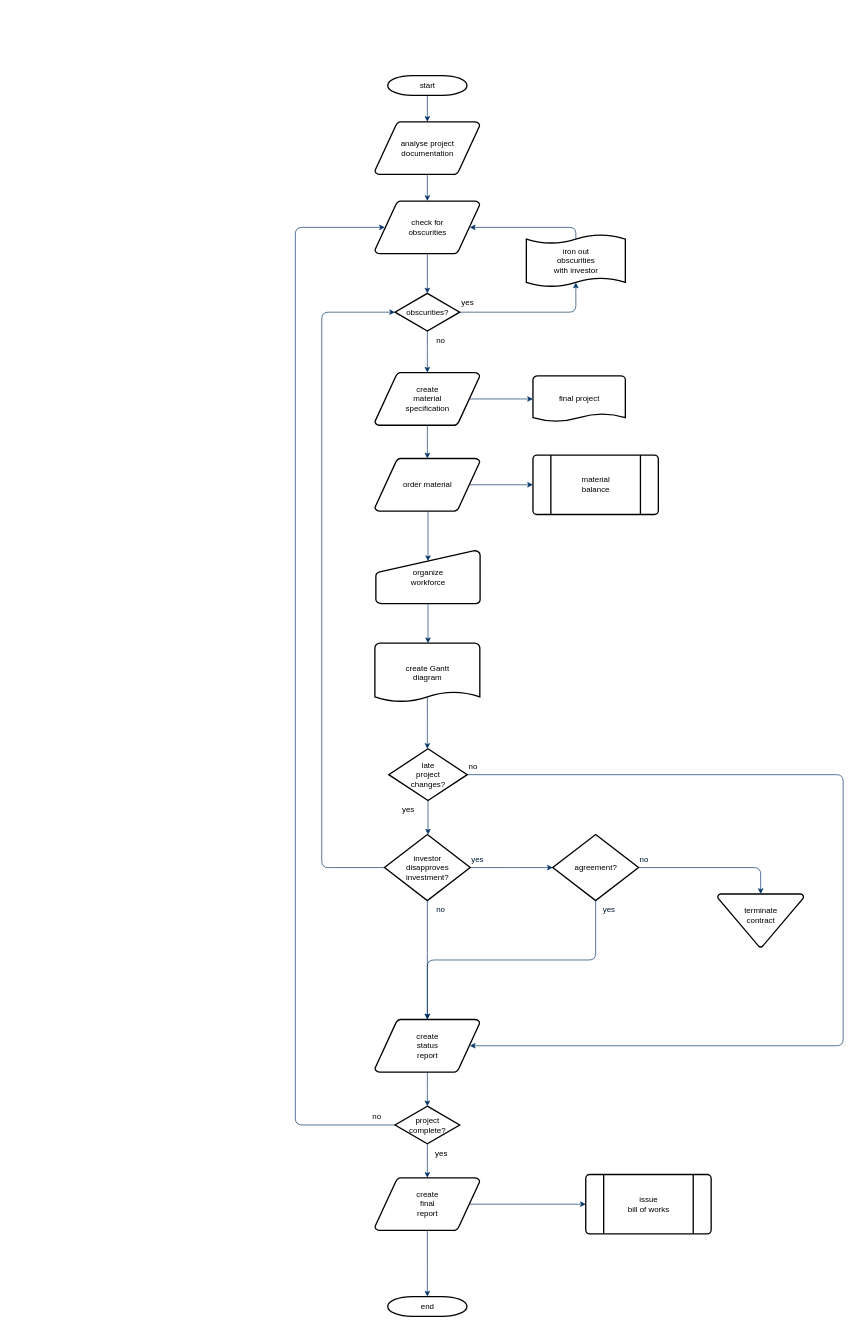
Earlier version of the draw.io diagram assignment04/Untitled Diagram.drawio (alli959/software_testing). Source tidied: cells renumbered, new cells numbered last; positions are measured from the earlier drawing's top-left corner, leaving out a move shared by most shapes. Both pictures are drawn from the tidied source at 66%, with x=0, y=0 at pixel (295, 75).
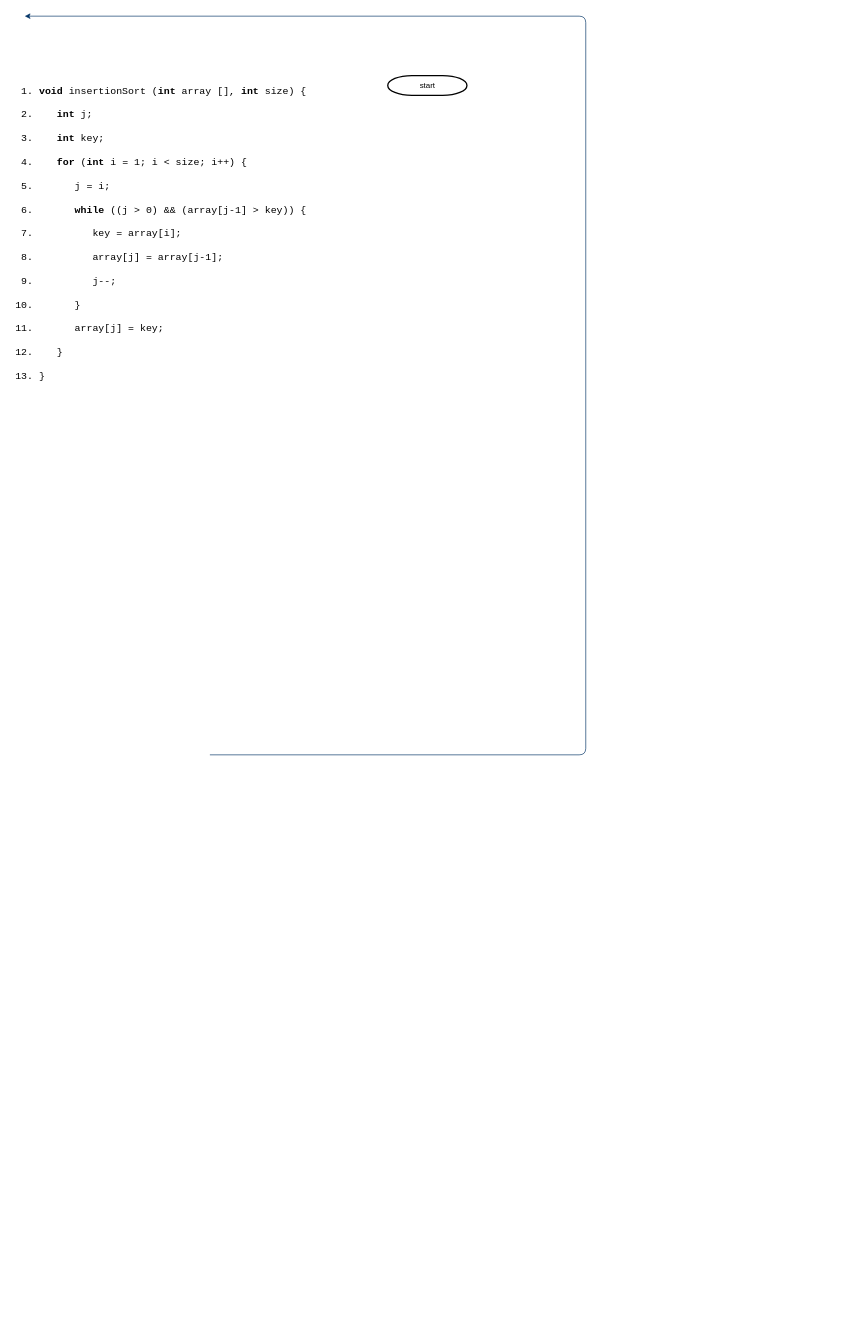
The same diagram, later.

Commit message:
insertion sort

The change refers to these unchanged cells:
```xml
<mxCell id="2" value="start" style="shape=mxgraph.flowchart.terminator;strokeWidth=2;gradientColor=none;gradientDirection=north;fontStyle=0;html=1;" parent="1" vertex="1">
  <mxGeometry x="140" width="120" height="30" as="geometry" />
</mxCell>
```

Diff of the diagram source:
```diff
@@
-    <mxCell id="3" value="analyse project&#10; documentation" style="shape=mxgraph.flowchart.data;strokeWidth=2;gradientColor=none;gradientDirection=north;fontStyle=0;html=1;" parent="1" vertex="1">
-      <mxGeometry x="120.5" y="70" width="159" height="80" as="geometry" />
-    </mxCell>
-    <mxCell id="4" value="create&#10;material&#10;specification" style="shape=mxgraph.flowchart.data;strokeWidth=2;gradientColor=none;gradientDirection=north;fontStyle=0;html=1;" parent="1" vertex="1">
-      <mxGeometry x="120.5" y="450" width="159" height="80" as="geometry" />
-    </mxCell>
-    <mxCell id="5" value="check for&#10;obscurities" style="shape=mxgraph.flowchart.data;strokeWidth=2;gradientColor=none;gradientDirection=north;fontStyle=0;html=1;" parent="1" vertex="1">
-      <mxGeometry x="120.5" y="190" width="159" height="80" as="geometry" />
-    </mxCell>
-    <mxCell id="6" value="obscurities?" style="shape=mxgraph.flowchart.decision;strokeWidth=2;gradientColor=none;gradientDirection=north;fontStyle=0;html=1;" parent="1" vertex="1">
-      <mxGeometry x="151" y="330" width="98" height="57" as="geometry" />
-    </mxCell>
-    <mxCell id="7" style="fontStyle=1;strokeColor=#003366;strokeWidth=1;html=1;" parent="1" edge="1" source="2" target="3">
-      <mxGeometry relative="1" as="geometry" />
-    </mxCell>
-    <mxCell id="8" style="fontStyle=1;strokeColor=#003366;strokeWidth=1;html=1;" parent="1" edge="1" source="3" target="5">
-      <mxGeometry relative="1" as="geometry" />
-    </mxCell>
-    <mxCell id="9" style="entryX=0.5;entryY=0;entryPerimeter=0;fontStyle=1;strokeColor=#003366;strokeWidth=1;html=1;" parent="1" edge="1" source="5" target="6">
-      <mxGeometry relative="1" as="geometry" />
-    </mxCell>
-    <mxCell id="10" style="edgeStyle=elbowEdgeStyle;elbow=horizontal;entryX=0.5;entryY=0.91;entryPerimeter=0;exitX=1;exitY=0.5;exitPerimeter=0;fontStyle=1;strokeColor=#003366;strokeWidth=1;html=1;" parent="1" edge="1" source="6" target="51">
-      <mxGeometry x="381" y="28.5" as="geometry">
-        <Array as="points">
-          <mxPoint x="425" y="340" />
-        </Array>
-      </mxGeometry>
-    </mxCell>
-    <mxCell id="11" value="yes" style="text;fontStyle=0;html=1;strokeColor=none;gradientColor=none;fillColor=none;strokeWidth=2;" parent="1" vertex="1">
-      <mxGeometry x="250" y="330" width="40" height="26" as="geometry" />
-    </mxCell>
-    <mxCell id="12" style="edgeStyle=elbowEdgeStyle;elbow=horizontal;fontColor=#001933;fontStyle=1;strokeColor=#003366;strokeWidth=1;html=1;" parent="1" edge="1" source="6" target="4">
-      <mxGeometry as="geometry" />
-    </mxCell>
-    <mxCell id="13" value="order material" style="shape=mxgraph.flowchart.data;strokeWidth=2;gradientColor=none;gradientDirection=north;fontStyle=0;html=1;" parent="1" vertex="1">
-      <mxGeometry x="120.5" y="580" width="159" height="80" as="geometry" />
-    </mxCell>
-    <mxCell id="14" value="no" style="text;fontStyle=0;html=1;strokeColor=none;gradientColor=none;fillColor=none;strokeWidth=2;align=center;" parent="1" vertex="1">
-      <mxGeometry x="200" y="387" width="40" height="26" as="geometry" />
-    </mxCell>
-    <mxCell id="15" value="final project" style="shape=mxgraph.flowchart.document;strokeWidth=2;gradientColor=none;gradientDirection=north;fontStyle=0;html=1;" parent="1" vertex="1">
-      <mxGeometry x="360" y="455" width="140" height="70" as="geometry" />
-    </mxCell>
-    <mxCell id="16" style="edgeStyle=elbowEdgeStyle;elbow=horizontal;exitX=0.905;exitY=0.5;exitPerimeter=0;fontStyle=1;strokeColor=#003366;strokeWidth=1;html=1;" parent="1" edge="1" source="4" target="15">
-      <mxGeometry as="geometry" />
-    </mxCell>
-    <mxCell id="17" style="edgeStyle=elbowEdgeStyle;elbow=horizontal;fontStyle=1;strokeColor=#003366;strokeWidth=1;html=1;" parent="1" edge="1" source="4" target="13">
-      <mxGeometry as="geometry" />
-    </mxCell>
-    <mxCell id="18" value="material&#10;balance" style="shape=mxgraph.flowchart.predefined_process;strokeWidth=2;gradientColor=none;gradientDirection=north;fontStyle=0;html=1;" parent="1" vertex="1">
-      <mxGeometry x="360" y="575" width="190" height="90" as="geometry" />
-    </mxCell>
-    <mxCell id="19" style="edgeStyle=elbowEdgeStyle;elbow=horizontal;exitX=0.905;exitY=0.5;exitPerimeter=0;fontStyle=1;strokeColor=#003366;strokeWidth=1;html=1;" parent="1" edge="1" source="13" target="18">
-      <mxGeometry as="geometry" />
-    </mxCell>
-    <mxCell id="20" value="organize &#10;workforce" style="shape=mxgraph.flowchart.manual_input;strokeWidth=2;gradientColor=none;gradientDirection=north;fontStyle=0;html=1;" parent="1" vertex="1">
-      <mxGeometry x="122" y="720" width="158" height="80" as="geometry" />
-    </mxCell>
-    <mxCell id="21" style="edgeStyle=elbowEdgeStyle;elbow=horizontal;entryX=0.5;entryY=0.195;entryPerimeter=0;fontStyle=1;strokeColor=#003366;strokeWidth=1;html=1;" parent="1" edge="1" source="13" target="20">
-      <mxGeometry as="geometry" />
-    </mxCell>
-    <mxCell id="22" value="create Gantt&#10;diagram" style="shape=mxgraph.flowchart.document;strokeWidth=2;gradientColor=none;gradientDirection=north;fontStyle=0;html=1;" parent="1" vertex="1">
-      <mxGeometry x="120.5" y="860" width="159" height="90" as="geometry" />
-    </mxCell>
-    <mxCell id="23" style="edgeStyle=elbowEdgeStyle;elbow=horizontal;exitX=0.5;exitY=1;exitPerimeter=0;fontStyle=1;strokeColor=#003366;strokeWidth=1;html=1;" parent="1" edge="1" source="20" target="22">
-      <mxGeometry as="geometry" />
-    </mxCell>
-    <mxCell id="24" value="late&#10;project&#10;changes?" style="shape=mxgraph.flowchart.decision;strokeWidth=2;gradientColor=none;gradientDirection=north;fontStyle=0;html=1;" parent="1" vertex="1">
-      <mxGeometry x="141.5" y="1020" width="119" height="78.5" as="geometry" />
-    </mxCell>
-    <mxCell id="25" style="edgeStyle=elbowEdgeStyle;elbow=horizontal;exitX=0.5;exitY=0.9;exitPerimeter=0;fontStyle=1;strokeColor=#003366;strokeWidth=1;html=1;" parent="1" edge="1" source="22" target="24">
-      <mxGeometry as="geometry" />
-    </mxCell>
-    <mxCell id="26" style="edgeStyle=elbowEdgeStyle;elbow=horizontal;exitX=0;exitY=0.5;exitPerimeter=0;entryX=0;entryY=0.5;entryPerimeter=0;fontStyle=1;strokeColor=#003366;strokeWidth=1;html=1;" parent="1" edge="1" source="28" target="6">
-      <mxGeometry as="geometry">
-        <Array as="points">
-          <mxPoint x="40" y="790" />
-        </Array>
-      </mxGeometry>
-    </mxCell>
-    <mxCell id="27" value="yes" style="text;fontStyle=0;html=1;strokeColor=none;gradientColor=none;fillColor=none;strokeWidth=2;" parent="1" vertex="1">
-      <mxGeometry x="160" y="1098.5" width="40" height="26" as="geometry" />
-    </mxCell>
-    <mxCell id="28" value="investor&#10;disapproves&#10; investment?" style="shape=mxgraph.flowchart.decision;strokeWidth=2;gradientColor=none;gradientDirection=north;fontStyle=0;html=1;" parent="1" vertex="1">
-      <mxGeometry x="135" y="1150" width="130" height="100" as="geometry" />
-    </mxCell>
-    <mxCell id="29" value="agreement?" style="shape=mxgraph.flowchart.decision;strokeWidth=2;gradientColor=none;gradientDirection=north;fontStyle=0;html=1;" parent="1" vertex="1">
-      <mxGeometry x="390" y="1150" width="130" height="100" as="geometry" />
-    </mxCell>
-    <mxCell id="30" style="edgeStyle=elbowEdgeStyle;elbow=horizontal;exitX=0.5;exitY=1;exitPerimeter=0;fontStyle=1;strokeColor=#003366;strokeWidth=1;html=1;" parent="1" edge="1" source="24" target="28">
-      <mxGeometry as="geometry" />
-    </mxCell>
-    <mxCell id="31" style="edgeStyle=elbowEdgeStyle;elbow=horizontal;exitX=1;exitY=0.5;exitPerimeter=0;entryX=0;entryY=0.5;entryPerimeter=0;fontStyle=1;strokeColor=#003366;strokeWidth=1;html=1;" parent="1" edge="1" source="28" target="29">
-      <mxGeometry as="geometry" />
-    </mxCell>
-    <mxCell id="32" value="terminate&#10;contract&#10;" style="shape=mxgraph.flowchart.merge_or_storage;strokeWidth=2;gradientColor=none;gradientDirection=north;fontStyle=0;html=1;" parent="1" vertex="1">
-      <mxGeometry x="640" y="1240" width="130" height="80.5" as="geometry" />
-    </mxCell>
-    <mxCell id="33" style="edgeStyle=elbowEdgeStyle;elbow=vertical;exitX=1;exitY=0.5;exitPerimeter=0;entryX=0.5;entryY=0;entryPerimeter=0;fontStyle=1;strokeColor=#003366;strokeWidth=1;html=1;" parent="1" edge="1" source="29" target="32">
-      <mxGeometry as="geometry">
-        <Array as="points">
-          <mxPoint x="620" y="1200" />
-        </Array>
-      </mxGeometry>
-    </mxCell>
-    <mxCell id="34" value="create&#10;status&#10;report" style="shape=mxgraph.flowchart.data;strokeWidth=2;gradientColor=none;gradientDirection=north;fontStyle=0;html=1;" parent="1" vertex="1">
-      <mxGeometry x="120.5" y="1430" width="159" height="80" as="geometry" />
-    </mxCell>
-    <mxCell id="35" style="edgeStyle=elbowEdgeStyle;elbow=vertical;exitX=0.5;exitY=1;exitPerimeter=0;fontColor=#001933;fontStyle=1;strokeColor=#003366;strokeWidth=1;html=1;" parent="1" edge="1" source="28" target="34">
-      <mxGeometry as="geometry" />
-    </mxCell>
-    <mxCell id="36" style="edgeStyle=elbowEdgeStyle;elbow=vertical;exitX=0.5;exitY=1;exitPerimeter=0;entryX=0.5;entryY=0;entryPerimeter=0;fontStyle=1;strokeColor=#003366;strokeWidth=1;html=1;" parent="1" edge="1" source="29" target="34">
-      <mxGeometry as="geometry" />
-    </mxCell>
-    <mxCell id="37" value="project&#10;complete?" style="shape=mxgraph.flowchart.decision;strokeWidth=2;gradientColor=none;gradientDirection=north;fontStyle=0;html=1;" parent="1" vertex="1">
-      <mxGeometry x="151" y="1561.5" width="98" height="57" as="geometry" />
-    </mxCell>
-    <mxCell id="38" value="create&#10;final&#10;report" style="shape=mxgraph.flowchart.data;strokeWidth=2;gradientColor=none;gradientDirection=north;fontStyle=0;html=1;" parent="1" vertex="1">
-      <mxGeometry x="120.5" y="1670" width="159" height="80" as="geometry" />
-    </mxCell>
-    <mxCell id="39" value="issue&#10;bill of works" style="shape=mxgraph.flowchart.predefined_process;strokeWidth=2;gradientColor=none;gradientDirection=north;fontStyle=0;html=1;" parent="1" vertex="1">
-      <mxGeometry x="440" y="1665" width="190" height="90" as="geometry" />
-    </mxCell>
-    <mxCell id="40" value="end" style="shape=mxgraph.flowchart.terminator;strokeWidth=2;gradientColor=none;gradientDirection=north;fontStyle=0;html=1;" parent="1" vertex="1">
-      <mxGeometry x="140" y="1850" width="120" height="30" as="geometry" />
-    </mxCell>
-    <mxCell id="41" style="edgeStyle=elbowEdgeStyle;elbow=vertical;exitX=0.5;exitY=1;exitPerimeter=0;entryX=0.5;entryY=0;entryPerimeter=0;fontStyle=1;strokeColor=#003366;strokeWidth=1;html=1;" parent="1" edge="1" source="34" target="37">
-      <mxGeometry as="geometry" />
-    </mxCell>
-    <mxCell id="42" style="edgeStyle=elbowEdgeStyle;elbow=vertical;exitX=0.5;exitY=1;exitPerimeter=0;entryX=0.5;entryY=0;entryPerimeter=0;fontStyle=1;strokeColor=#003366;strokeWidth=1;html=1;" parent="1" edge="1" source="37" target="38">
-      <mxGeometry as="geometry" />
-    </mxCell>
-    <mxCell id="43" style="edgeStyle=elbowEdgeStyle;elbow=vertical;exitX=0.5;exitY=1;exitPerimeter=0;entryX=0.5;entryY=0;entryPerimeter=0;fontStyle=1;strokeColor=#003366;strokeWidth=1;html=1;" parent="1" edge="1" source="38" target="40">
-      <mxGeometry as="geometry" />
-    </mxCell>
-    <mxCell id="44" style="edgeStyle=elbowEdgeStyle;elbow=vertical;exitX=0.905;exitY=0.5;exitPerimeter=0;entryX=0;entryY=0.5;entryPerimeter=0;fontStyle=1;strokeColor=#003366;strokeWidth=1;html=1;" parent="1" edge="1" source="38" target="39">
-      <mxGeometry as="geometry" />
-    </mxCell>
-    <mxCell id="45" style="edgeStyle=elbowEdgeStyle;elbow=horizontal;exitX=1;exitY=0.5;exitPerimeter=0;entryX=0.905;entryY=0.5;entryPerimeter=0;fontStyle=1;strokeColor=#003366;strokeWidth=1;html=1;" parent="1" edge="1" source="24" target="34">
+    <mxCell id="45" style="edgeStyle=elbowEdgeStyle;elbow=horizontal;exitX=1;exitY=0.5;exitPerimeter=0;entryX=0.905;entryY=0.5;entryPerimeter=0;fontStyle=1;strokeColor=#003366;strokeWidth=1;html=1;" parent="1" edge="1">
       <mxGeometry as="geometry">
+        <mxPoint x="-129.5" y="1029.2" as="sourcePoint" />
+        <mxPoint x="-410" y="-90" as="targetPoint" />
         <Array as="points">
-          <mxPoint x="830" y="1260" />
+          <mxPoint x="440" y="1230" />
         </Array>
       </mxGeometry>
     </mxCell>
-    <mxCell id="46" value="no" style="text;fontStyle=0;html=1;strokeColor=none;gradientColor=none;fillColor=none;strokeWidth=2;" parent="1" vertex="1">
-      <mxGeometry x="260.5" y="1033.2" width="40" height="26" as="geometry" />
-    </mxCell>
-    <mxCell id="47" value="yes" style="text;fontColor=#001933;fontStyle=0;html=1;strokeColor=none;gradientColor=none;fillColor=none;strokeWidth=2;" parent="1" vertex="1">
-      <mxGeometry x="265" y="1174" width="40" height="26" as="geometry" />
-    </mxCell>
-    <mxCell id="48" value="no" style="text;fontColor=#001933;fontStyle=0;html=1;strokeColor=none;gradientColor=none;fillColor=none;strokeWidth=2;align=center;" parent="1" vertex="1">
-      <mxGeometry x="200" y="1250" width="40" height="26" as="geometry" />
-    </mxCell>
-    <mxCell id="49" value="yes" style="text;fontColor=#001933;fontStyle=0;html=1;strokeColor=none;gradientColor=none;fillColor=none;strokeWidth=2;align=center;" parent="1" vertex="1">
-      <mxGeometry x="455" y="1250" width="40" height="26" as="geometry" />
-    </mxCell>
-    <mxCell id="50" value="no" style="text;fontColor=#001933;fontStyle=0;html=1;strokeColor=none;gradientColor=none;fillColor=none;strokeWidth=2;" parent="1" vertex="1">
-      <mxGeometry x="520" y="1174" width="40" height="26" as="geometry" />
-    </mxCell>
-    <mxCell id="51" value="iron out&#10;obscurities &#10;with investor" style="shape=mxgraph.flowchart.paper_tape;strokeWidth=2;gradientColor=none;gradientDirection=north;fontStyle=0;html=1;" parent="1" vertex="1">
-      <mxGeometry x="350" y="240" width="150" height="81" as="geometry" />
-    </mxCell>
-    <mxCell id="52" style="edgeStyle=elbowEdgeStyle;elbow=horizontal;exitX=0.5;exitY=0.09;exitPerimeter=0;entryX=0.905;entryY=0.5;entryPerimeter=0;fontStyle=1;strokeColor=#003366;strokeWidth=1;html=1;" parent="1" edge="1" source="51" target="5">
-      <mxGeometry as="geometry">
-        <Array as="points">
-          <mxPoint x="425" y="240" />
-        </Array>
-      </mxGeometry>
-    </mxCell>
-    <mxCell id="53" value="yes" style="text;fontStyle=0;html=1;strokeColor=none;gradientColor=none;fillColor=none;strokeWidth=2;align=center;" parent="1" vertex="1">
-      <mxGeometry x="201" y="1620" width="40" height="26" as="geometry" />
-    </mxCell>
-    <mxCell id="54" style="edgeStyle=elbowEdgeStyle;elbow=horizontal;exitX=0;exitY=0.5;exitPerimeter=0;entryX=0.095;entryY=0.5;entryPerimeter=0;fontStyle=1;strokeColor=#003366;strokeWidth=1;html=1;" parent="1" edge="1" source="37" target="5">
-      <mxGeometry as="geometry">
-        <Array as="points">
-          <mxPoint y="910" />
-        </Array>
-      </mxGeometry>
-    </mxCell>
-    <mxCell id="55" value="no" style="text;fontStyle=0;html=1;strokeColor=none;gradientColor=none;fillColor=none;strokeWidth=2;" parent="1" vertex="1">
-      <mxGeometry x="115" y="1564" width="40" height="26" as="geometry" />
-    </mxCell>
+    <mxCell id="56" value="&lt;pre style=&quot;font-size: 15px&quot;&gt;&lt;ol&gt;&lt;li&gt;&lt;font face=&quot;Courier New&quot; style=&quot;font-size: 15px&quot;&gt;&lt;b&gt;void &lt;/b&gt;insertionSort (&lt;b&gt;int &lt;/b&gt;array [], &lt;b&gt;int&lt;/b&gt;&amp;nbsp;size) {&lt;br/&gt;&lt;br/&gt;&lt;/font&gt;&lt;/li&gt;&lt;li&gt;&lt;font face=&quot;Courier New&quot; style=&quot;font-size: 15px&quot;&gt;&lt;b&gt;   int&lt;/b&gt;&amp;nbsp;j;&lt;br/&gt;&lt;br/&gt;&lt;/font&gt;&lt;/li&gt;&lt;li&gt;&lt;font face=&quot;Courier New&quot; style=&quot;font-size: 15px&quot;&gt;   &lt;b&gt;int&lt;/b&gt; key;&lt;br/&gt;&lt;br/&gt;&lt;/font&gt;&lt;/li&gt;&lt;li&gt;&lt;font face=&quot;Courier New&quot; style=&quot;font-size: 15px&quot;&gt;   &lt;b&gt;for&lt;/b&gt; (&lt;b&gt;int&lt;/b&gt; i = 1; i &amp;lt; size; i++) {&lt;br/&gt;&lt;br/&gt;&lt;/font&gt;&lt;/li&gt;&lt;li&gt;&lt;font face=&quot;Courier New&quot; style=&quot;font-size: 15px&quot;&gt;      j = i;&lt;br/&gt;&lt;br/&gt;&lt;/font&gt;&lt;/li&gt;&lt;li&gt;&lt;font face=&quot;Courier New&quot; style=&quot;font-size: 15px&quot;&gt;      &lt;b&gt;while&lt;/b&gt; ((j &amp;gt; 0) &amp;amp;&amp;amp; (array[j-1] &amp;gt; key)) {&lt;br/&gt;&lt;br/&gt;&lt;/font&gt;&lt;/li&gt;&lt;li&gt;&lt;font face=&quot;Courier New&quot; style=&quot;font-size: 15px&quot;&gt;         key = array[i];&lt;br/&gt;&lt;br/&gt;&lt;/font&gt;&lt;/li&gt;&lt;li&gt;&lt;font face=&quot;Courier New&quot; style=&quot;font-size: 15px&quot;&gt;         array[j] = array[j-1];&lt;br/&gt;&lt;br/&gt;&lt;/font&gt;&lt;/li&gt;&lt;li&gt;&lt;font face=&quot;Courier New&quot; style=&quot;font-size: 15px&quot;&gt;         j--;&lt;br/&gt;&lt;br/&gt;&lt;/font&gt;&lt;/li&gt;&lt;li&gt;&lt;font face=&quot;Courier New&quot; style=&quot;font-size: 15px&quot;&gt;      }&lt;br/&gt;&lt;br/&gt;&lt;/font&gt;&lt;/li&gt;&lt;li&gt;&lt;font face=&quot;Courier New&quot; style=&quot;font-size: 15px&quot;&gt;      array[j] = key;&lt;br/&gt;&lt;br/&gt;&lt;/font&gt;&lt;/li&gt;&lt;li&gt;&lt;font face=&quot;Courier New&quot; style=&quot;font-size: 15px&quot;&gt;   }&lt;br/&gt;&lt;br/&gt;&lt;/font&gt;&lt;/li&gt;&lt;li&gt;&lt;font face=&quot;Courier New&quot; style=&quot;font-size: 15px&quot;&gt;}&lt;/font&gt;&lt;/li&gt;&lt;/ol&gt;&lt;/pre&gt;" style="text;html=1;strokeColor=none;fillColor=none;align=left;verticalAlign=middle;whiteSpace=wrap;rounded=0;" parent="1" vertex="1">
+      <mxGeometry x="-430" y="-50" width="451" height="580" as="geometry" />
+    </mxCell>
```
